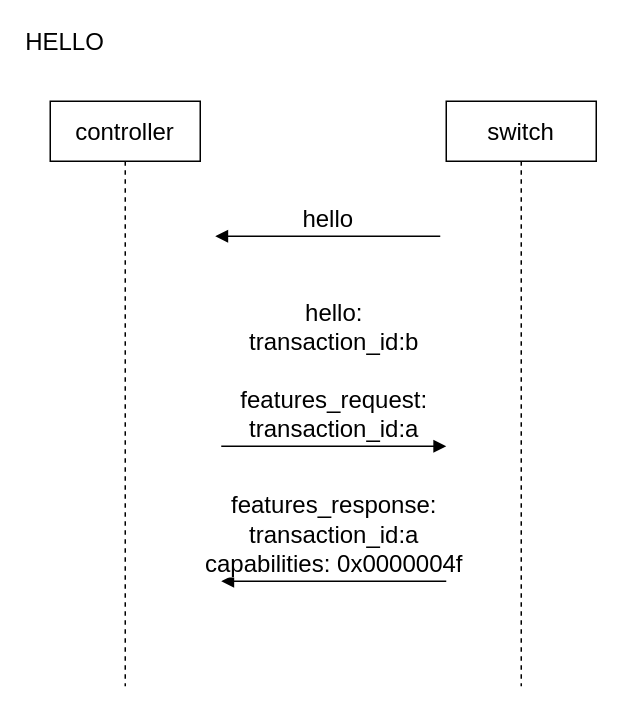
Above: page "第 1 页" (1 of 8) of SDN.drawio in waterwatermelon/graph (draw.io), before the change. Source tidied: cells renumbered, new cells numbered last; positions are measured from the earlier drawing's top-left corner, leaving out a move shared by most shapes. Both pictures are drawn from the tidied source at 150%, with x=0, y=0 at pixel (34, 26).
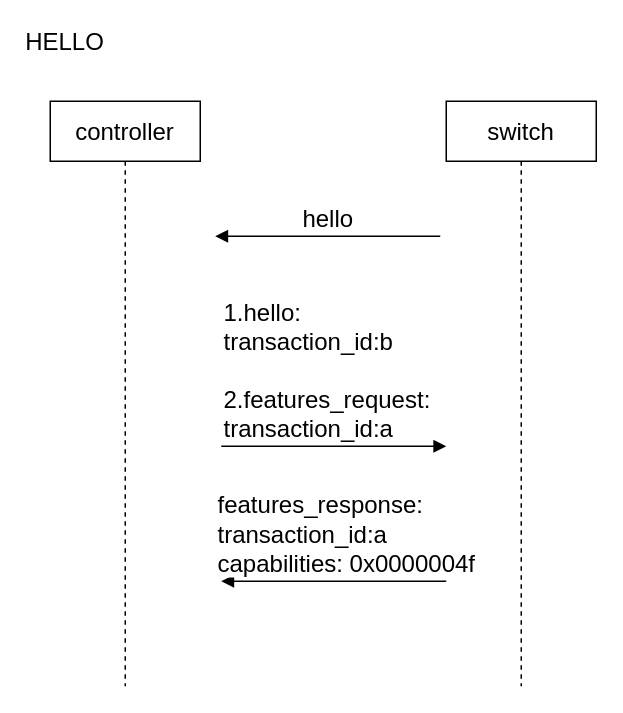
The same diagram, later.

Diff of the diagram source:
```diff
@@
 <mxGraphModel>
   <root>
     <mxCell id="0" />
     <mxCell id="1" parent="0" />
     <mxCell id="2" value="HELLO" style="text;html=1;strokeColor=none;fillColor=none;align=center;verticalAlign=middle;whiteSpace=wrap;rounded=0;fontSize=16;" parent="1" vertex="1">
       <mxGeometry width="40" height="20" as="geometry" />
     </mxCell>
     <mxCell id="3" value="controller" style="shape=umlLifeline;perimeter=lifelinePerimeter;whiteSpace=wrap;html=1;fontSize=16;" parent="1" vertex="1">
       <mxGeometry x="10" y="50" width="100" height="390" as="geometry" />
     </mxCell>
     <mxCell id="4" value="switch" style="shape=umlLifeline;perimeter=lifelinePerimeter;whiteSpace=wrap;html=1;fontSize=16;" parent="1" vertex="1">
       <mxGeometry x="274" y="50" width="100" height="390" as="geometry" />
     </mxCell>
     <mxCell id="5" value="hello" style="html=1;verticalAlign=bottom;endArrow=block;fontSize=16;" parent="1" edge="1">
       <mxGeometry relative="1" as="geometry">
         <mxPoint x="270" y="140" as="sourcePoint" />
         <mxPoint x="120" y="140" as="targetPoint" />
       </mxGeometry>
     </mxCell>
-    <mxCell id="6" value="hello:&lt;br&gt;transaction_id:b&lt;br&gt;&lt;br&gt;features_request:&lt;br&gt;transaction_id:a" style="html=1;verticalAlign=bottom;endArrow=block;fontSize=16;" parent="1" edge="1">
-      <mxGeometry relative="1" as="geometry">
+    <mxCell id="6" value="1.hello:&lt;br&gt;transaction_id:b&lt;br&gt;&lt;br&gt;2.features_request:&lt;br&gt;transaction_id:a" style="html=1;verticalAlign=bottom;endArrow=block;fontSize=16;align=left;" parent="1" edge="1">
+      <mxGeometry x="-1" relative="1" as="geometry">
         <mxPoint x="124" y="280" as="sourcePoint" />
         <mxPoint x="274" y="280" as="targetPoint" />
       </mxGeometry>
     </mxCell>
-    <mxCell id="7" value="features_response:&lt;br&gt;transaction_id:a&lt;br&gt;capabilities: 0x0000004f" style="html=1;verticalAlign=bottom;endArrow=block;fontSize=16;" parent="1" edge="1">
-      <mxGeometry relative="1" as="geometry">
+    <mxCell id="7" value="features_response:&lt;br&gt;transaction_id:a&lt;br&gt;capabilities: 0x0000004f" style="html=1;verticalAlign=bottom;endArrow=block;fontSize=16;align=left;" parent="1" edge="1">
+      <mxGeometry x="1" y="4" relative="1" as="geometry">
         <mxPoint x="274" y="370" as="sourcePoint" />
         <mxPoint x="124" y="370" as="targetPoint" />
+        <mxPoint x="-4" y="-4" as="offset" />
       </mxGeometry>
     </mxCell>
   </root>
 </mxGraphModel>
```
